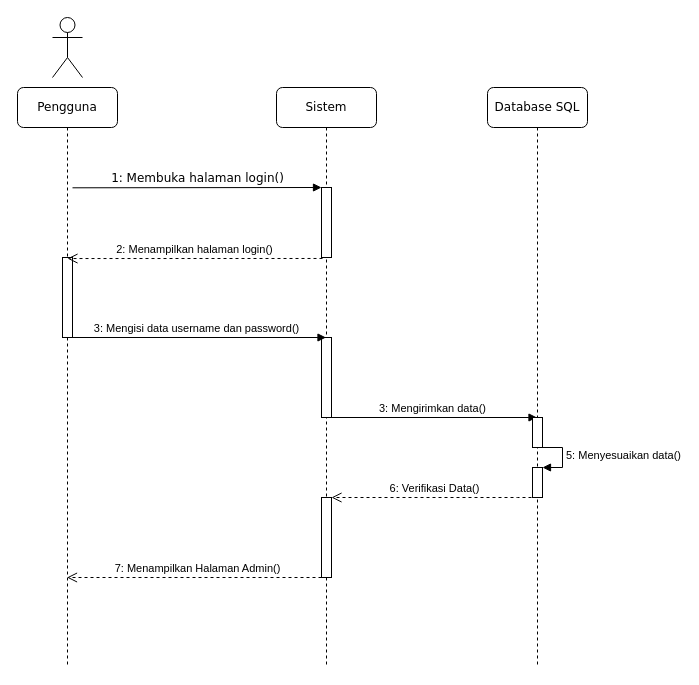
Earlier version of the draw.io diagram page "Sequence Daftar Pengguna" (3 of 12) of SIAKAD ERD.drawio (RidhoAnshory/drawiocloud). Source tidied: cells renumbered, new cells numbered last; positions are measured from the earlier drawing's top-left corner, leaving out a move shared by most shapes. Both pictures are drawn from the tidied source at 100%, with x=0, y=0 at pixel (17, 17).
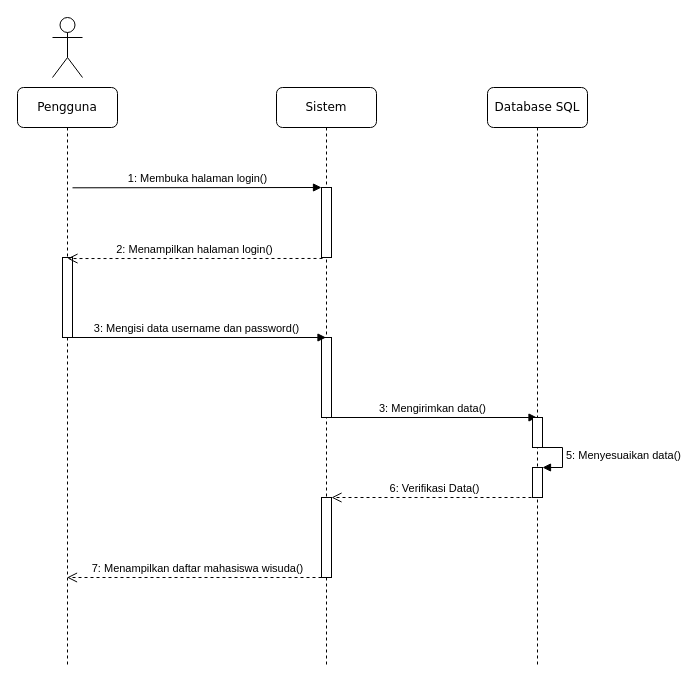
The same diagram, later.

The change refers to these unchanged cells:
```xml
<mxCell id="3" style="html=1;points=[];perimeter=orthogonalPerimeter;rounded=0;shadow=0;comic=0;labelBackgroundColor=none;strokeWidth=1;fontFamily=Verdana;fontSize=12;align=center;" parent="2" vertex="1">
  <mxGeometry x="45" y="100" width="10" height="70" as="geometry" />
</mxCell>
<mxCell id="11" value="Pengguna" style="shape=umlLifeline;perimeter=lifelinePerimeter;whiteSpace=wrap;html=1;outlineConnect=0;rounded=1;shadow=0;comic=0;labelBackgroundColor=none;strokeWidth=1;fontFamily=Verdana;fontSize=12;align=center;" parent="1" vertex="1">
  <mxGeometry y="70" width="100" height="580" as="geometry" />
</mxCell>
```

What changed in the source:
```diff
@@
-    <mxCell id="14" value="1: Membuka halaman login()" style="html=1;verticalAlign=bottom;endArrow=block;entryX=0;entryY=0;labelBackgroundColor=none;fontFamily=Verdana;fontSize=12;edgeStyle=elbowEdgeStyle;elbow=vertical;" parent="1" edge="1" target="3">
+    <mxCell id="14" value="1: Membuka halaman login()" style="html=1;verticalAlign=bottom;endArrow=block;entryX=0;entryY=0;labelBackgroundColor=none;fontFamily=Helvetica;fontSize=11;edgeStyle=elbowEdgeStyle;elbow=vertical;" parent="1" edge="1" target="3">
       <mxGeometry relative="1" as="geometry">
         <mxPoint x="55" y="170.3" as="sourcePoint" />
       </mxGeometry>
     </mxCell>
@@
-    <mxCell id="18" value="7: Menampilkan Halaman Admin()" style="html=1;verticalAlign=bottom;endArrow=open;dashed=1;endSize=8;" parent="1" edge="1" target="11">
+    <mxCell id="18" value="7: Menampilkan daftar mahasiswa wisuda()" style="html=1;verticalAlign=bottom;endArrow=open;dashed=1;endSize=8;" parent="1" edge="1" target="11">
       <mxGeometry relative="1" as="geometry">
         <mxPoint x="310" y="560" as="sourcePoint" />
       </mxGeometry>
     </mxCell>
```
